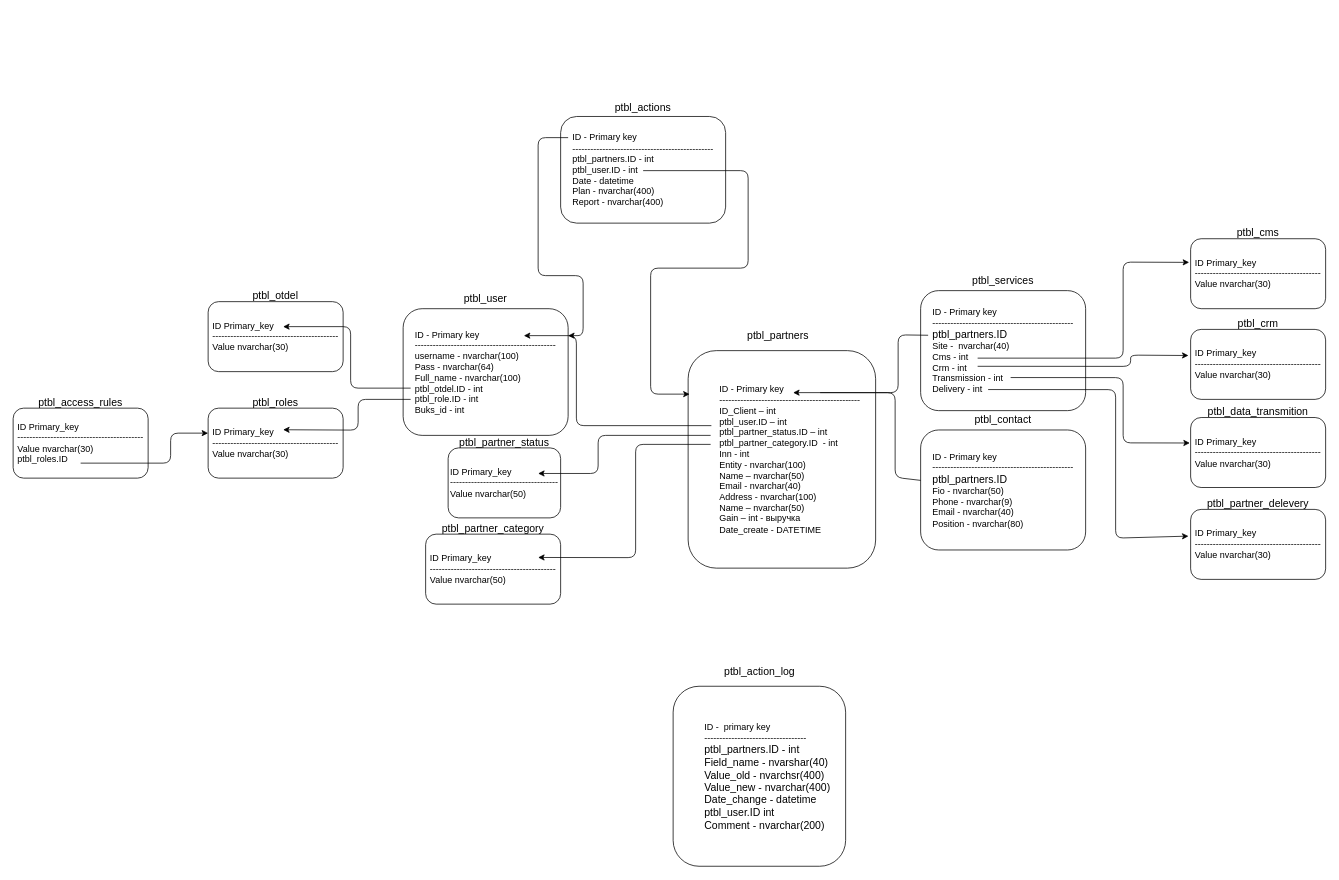
REvivelf/diagrams keeps this draw.io diagram as partners.l-post.ru/Untitled Diagram.drawio. Above is the earlier version. Source tidied: cells renumbered, new cells numbered last; positions are measured from the earlier drawing's top-left corner, leaving out a move shared by most shapes. Both pictures are drawn from the tidied source at 75%, with x=0, y=0 at pixel (13, 103).
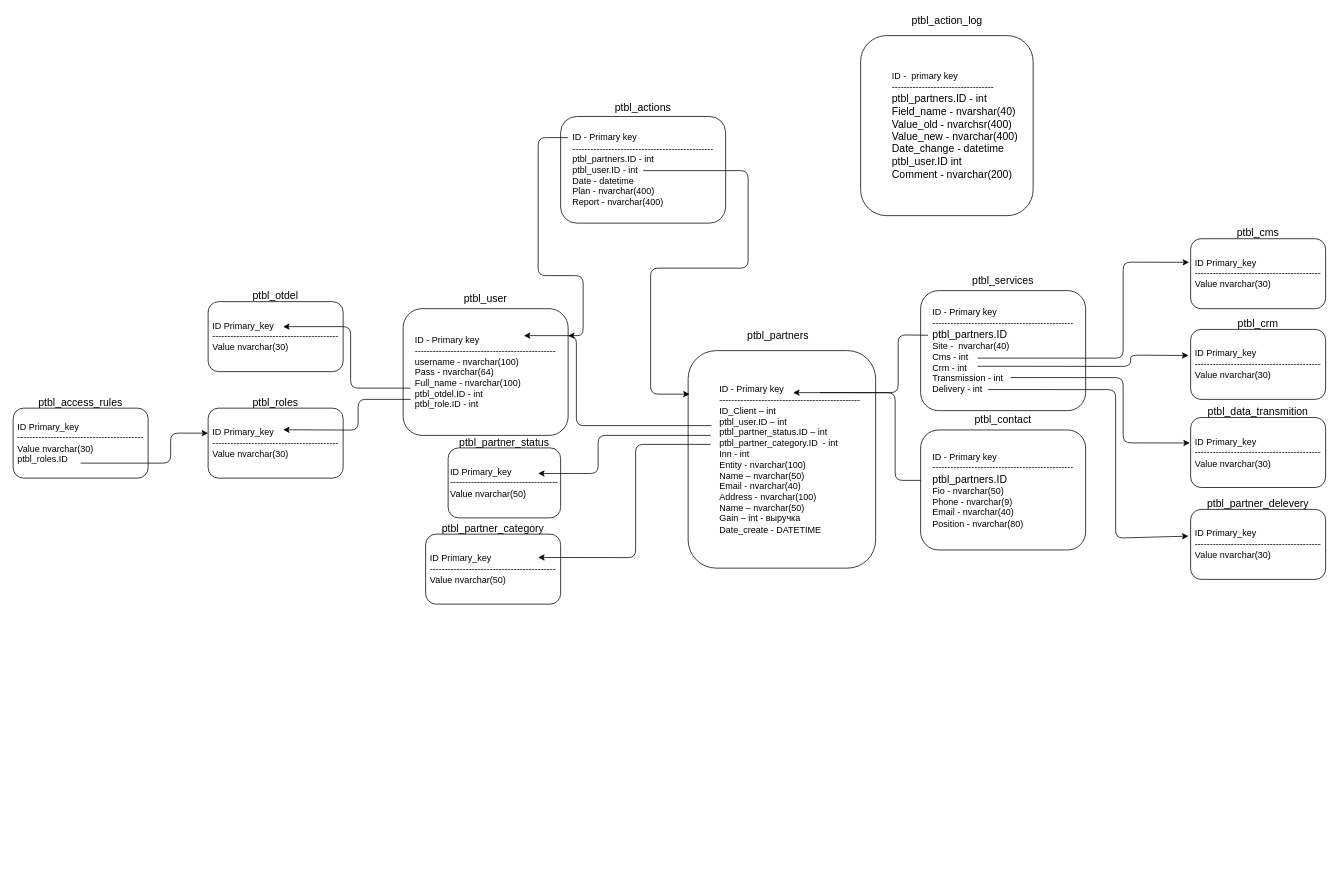
After the change.

The change refers to these unchanged cells:
```xml
<mxCell id="13" style="group;" parent="1" vertex="1">
  <mxGeometry x="900" y="300" width="250" height="320" as="geometry" />
</mxCell>
<mxCell id="20" style="group;" parent="1" vertex="1">
  <mxGeometry x="520" y="253" width="220" height="190" as="geometry" />
</mxCell>
```

Diff of the diagram source:
```diff
@@
     <mxCell id="16" style="endArrow=none;html=1;" parent="13" edge="1">
       <mxGeometry relative="1" as="geometry">
         <mxPoint x="176" y="86" as="sourcePoint" />
         <mxPoint x="310" y="203" as="targetPoint" />
         <Array as="points">
           <mxPoint x="276" y="86.1" />
-          <mxPoint x="276" y="199" />
+          <mxPoint x="276" y="203" />
         </Array>
       </mxGeometry>
     </mxCell>
@@
-    <mxCell id="21" value="&lt;div style=&quot;text-align: left&quot;&gt;ID - Primary key&lt;/div&gt;&lt;div style=&quot;text-align: left&quot;&gt;-----------------------------------------------&lt;/div&gt;&lt;div style=&quot;text-align: left&quot;&gt;username - nvarchar(100)&lt;/div&gt;&lt;div style=&quot;text-align: left&quot;&gt;Pass - nvarchar(64)&lt;/div&gt;&lt;div style=&quot;text-align: left&quot;&gt;Full_name - nvarchar(100)&lt;/div&gt;&lt;div style=&quot;text-align: left&quot;&gt;ptbl_otdel.ID - int&lt;/div&gt;&lt;div style=&quot;text-align: left&quot;&gt;ptbl_role.ID - int&lt;/div&gt;&lt;div style=&quot;text-align: left&quot;&gt;Buks_id - int&lt;/div&gt;" style="rounded=1;whiteSpace=wrap;html=1;" parent="20" vertex="1">
+    <mxCell id="21" value="&lt;div style=&quot;text-align: left&quot;&gt;ID - Primary key&lt;/div&gt;&lt;div style=&quot;text-align: left&quot;&gt;-----------------------------------------------&lt;/div&gt;&lt;div style=&quot;text-align: left&quot;&gt;username - nvarchar(100)&lt;/div&gt;&lt;div style=&quot;text-align: left&quot;&gt;Pass - nvarchar(64)&lt;/div&gt;&lt;div style=&quot;text-align: left&quot;&gt;Full_name - nvarchar(100)&lt;/div&gt;&lt;div style=&quot;text-align: left&quot;&gt;ptbl_otdel.ID - int&lt;/div&gt;&lt;div style=&quot;text-align: left&quot;&gt;ptbl_role.ID - int&lt;/div&gt;" style="rounded=1;whiteSpace=wrap;html=1;" parent="20" vertex="1">
       <mxGeometry y="21.1" width="220" height="168.9" as="geometry" />
     </mxCell>
@@
     <mxCell id="23" style="group;" parent="1" vertex="1">
-      <mxGeometry x="880" y="747.5" width="230" height="270" as="geometry" />
+      <mxGeometry x="1130" y="-120" width="230" height="270" as="geometry" />
     </mxCell>
```
